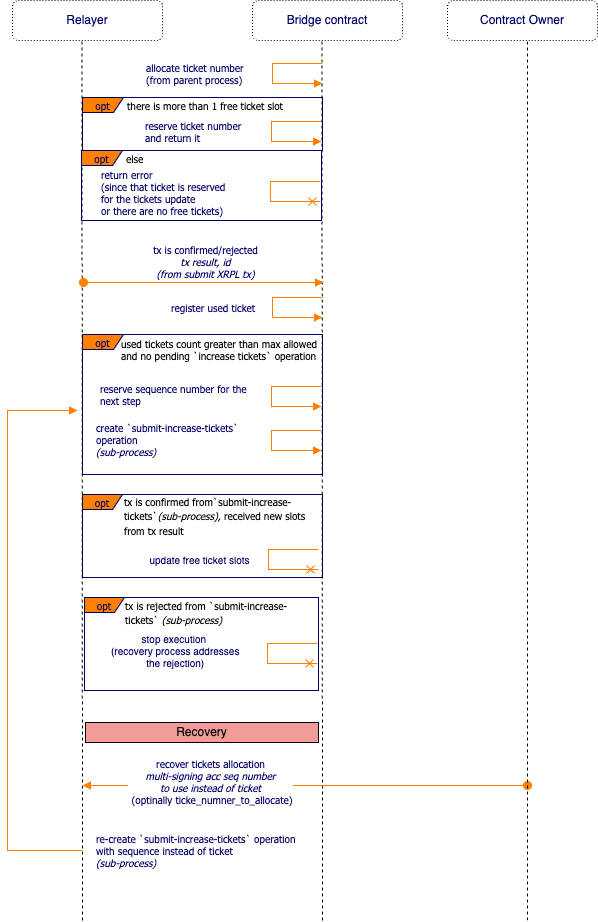
Before: spec/img/allocate-ticket.png, a diagram exported from draw.io (CoreumFoundation/coreumbridge-xrpl). Source tidied: cells renumbered, new cells last; positions are measured from the earlier drawing's top-left corner, leaving out a move shared by most shapes.
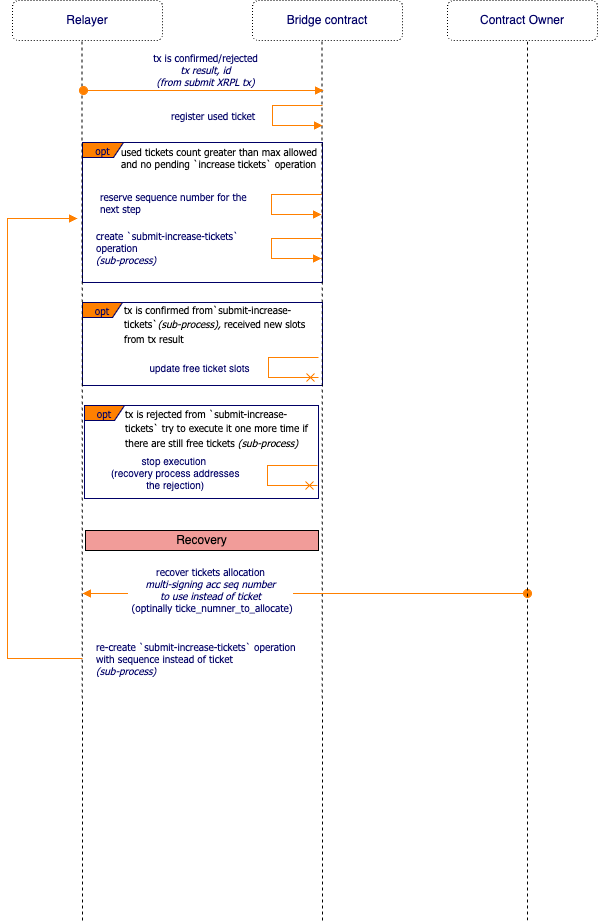
Above is the later version.

The edit, as a diff of the source:
```diff
@@ -2,9 +2,6 @@
   <root>
     <mxCell id="0" />
     <mxCell id="1" parent="0" />
-    <mxCell id="2" value="opt" style="shape=umlFrame;whiteSpace=wrap;html=1;strokeColor=#000066;fillColor=#FF8000;fontFamily=Tahoma;fontSize=10;fontColor=#000066;align=center;width=41;height=15;" parent="1" vertex="1">
-      <mxGeometry x="75" y="97" width="240" height="53" as="geometry" />
-    </mxCell>
     <mxCell id="3" value="opt" style="shape=umlFrame;whiteSpace=wrap;html=1;strokeColor=#000066;fillColor=#FF8000;fontFamily=Tahoma;fontSize=10;fontColor=#000066;align=center;width=40;height=15;" parent="1" vertex="1">
       <mxGeometry x="75" y="494" width="240" height="83" as="geometry" />
     </mxCell>
@@ -18,27 +15,27 @@
       <mxGeometry x="75" y="334" width="240" height="140" as="geometry" />
     </mxCell>
     <mxCell id="7" value="Relayer" style="rounded=1;whiteSpace=wrap;html=1;fillColor=none;dashed=1;fontColor=#000066;dashPattern=1 2;" parent="1" vertex="1">
-      <mxGeometry x="5" width="150" height="40" as="geometry" />
+      <mxGeometry x="5" y="192" width="150" height="40" as="geometry" />
     </mxCell>
     <mxCell id="8" value="Bridge contract" style="rounded=1;whiteSpace=wrap;html=1;fillColor=none;dashed=1;fontColor=#000066;dashPattern=1 2;" parent="1" vertex="1">
-      <mxGeometry x="245" width="150" height="40" as="geometry" />
+      <mxGeometry x="245" y="192" width="150" height="40" as="geometry" />
     </mxCell>
     <mxCell id="9" value="&lt;div style=&quot;text-align: center&quot;&gt;&lt;/div&gt;" style="text;html=1;align=center;verticalAlign=top;spacingTop=-4;fontSize=14;fontFamily=Tahoma;fontColor=#000066;" parent="1" vertex="1">
-      <mxGeometry x="65" y="10" width="20" height="10" as="geometry" />
+      <mxGeometry x="65" y="202" width="20" height="10" as="geometry" />
     </mxCell>
     <mxCell id="10" style="endArrow=none;dashed=1;html=1;rounded=0;" parent="1" edge="1">
       <mxGeometry relative="1" as="geometry">
-        <mxPoint x="75" y="920" as="sourcePoint" />
-        <mxPoint x="74.5" y="40" as="targetPoint" />
+        <mxPoint x="75" y="1112" as="sourcePoint" />
+        <mxPoint x="74.5" y="232" as="targetPoint" />
       </mxGeometry>
     </mxCell>
     <mxCell id="11" value="&lt;div style=&quot;text-align: center&quot;&gt;&lt;/div&gt;" style="text;html=1;align=center;verticalAlign=top;spacingTop=-4;fontSize=14;fontFamily=Tahoma;fontColor=#000066;" parent="1" vertex="1">
-      <mxGeometry x="235" y="10" width="20" height="10" as="geometry" />
+      <mxGeometry x="235" y="202" width="20" height="10" as="geometry" />
     </mxCell>
     <mxCell id="12" style="endArrow=none;dashed=1;html=1;rounded=0;" parent="1" edge="1">
       <mxGeometry relative="1" as="geometry">
-        <mxPoint x="315" y="920" as="sourcePoint" />
-        <mxPoint x="314.5" y="40" as="targetPoint" />
+        <mxPoint x="315" y="1112" as="sourcePoint" />
+        <mxPoint x="314.5" y="232" as="targetPoint" />
       </mxGeometry>
     </mxCell>
     <mxCell id="13" value="register used ticket" style="edgeStyle=orthogonalEdgeStyle;html=1;align=left;spacingLeft=2;endArrow=block;rounded=0;strokeColor=#FF8000;fontFamily=Tahoma;fontSize=10;fontColor=#000066;endFill=1;" parent="1" edge="1">
@@ -53,11 +50,11 @@
     </mxCell>
     <mxCell id="14" value="&lt;span style=&quot;border-color: var(--border-color);&quot;&gt;&lt;div style=&quot;border-color: var(--border-color); font-family: Helvetica; text-align: center;&quot;&gt;stop execution&amp;nbsp;&lt;/div&gt;&lt;div style=&quot;border-color: var(--border-color); font-family: Helvetica; text-align: center;&quot;&gt;(recovery process addresses &lt;br&gt;the rejection)&lt;/div&gt;&lt;/span&gt;" style="edgeStyle=orthogonalEdgeStyle;html=1;align=left;spacingLeft=2;endArrow=cross;rounded=0;strokeColor=#FF8000;fontFamily=Tahoma;fontSize=10;fontColor=#000066;endFill=0;" parent="1" edge="1">
       <mxGeometry x="-0.05" y="-160" relative="1" as="geometry">
-        <mxPoint x="310" y="643" as="sourcePoint" />
-        <mxPoint x="310" y="663" as="targetPoint" />
+        <mxPoint x="310" y="657" as="sourcePoint" />
+        <mxPoint x="310" y="677" as="targetPoint" />
         <Array as="points">
-          <mxPoint x="260" y="643" />
-          <mxPoint x="260" y="663" />
+          <mxPoint x="260" y="657" />
+          <mxPoint x="260" y="677" />
         </Array>
       </mxGeometry>
     </mxCell>
@@ -65,7 +62,7 @@
       <mxGeometry x="112" y="335" width="220" height="30" as="geometry" />
     </mxCell>
     <mxCell id="16" value="create `submit-increase-tickets`&lt;br&gt;operation&lt;br&gt;&lt;i&gt;(sub-process)&lt;/i&gt;" style="edgeStyle=orthogonalEdgeStyle;html=1;align=left;spacingLeft=2;endArrow=block;rounded=0;strokeColor=#FF8000;fontFamily=Tahoma;fontSize=10;fontColor=#000066;endFill=1;" parent="1" edge="1">
-      <mxGeometry x="-0.01" y="-179" relative="1" as="geometry">
+      <mxGeometry x="-0.02" y="-179" relative="1" as="geometry">
         <mxPoint x="314" y="430" as="sourcePoint" />
         <mxPoint x="314" y="450" as="targetPoint" />
         <Array as="points">
@@ -74,16 +71,6 @@
         </Array>
       </mxGeometry>
     </mxCell>
-    <mxCell id="17" value="reserve ticket&amp;nbsp;number &lt;br&gt;and return it" style="edgeStyle=orthogonalEdgeStyle;html=1;align=left;spacingLeft=2;endArrow=block;rounded=0;strokeColor=#FF8000;fontFamily=Tahoma;fontSize=10;fontColor=#000066;endFill=1;" parent="1" edge="1">
-      <mxGeometry y="-130" relative="1" as="geometry">
-        <mxPoint x="314" y="121" as="sourcePoint" />
-        <mxPoint x="314" y="141" as="targetPoint" />
-        <Array as="points">
-          <mxPoint x="264" y="121" />
-          <mxPoint x="264" y="141" />
-        </Array>
-      </mxGeometry>
-    </mxCell>
     <mxCell id="18" value="&lt;div style=&quot;border-color: var(--border-color); font-family: Helvetica; text-align: center;&quot;&gt;&lt;/div&gt;" style="edgeStyle=orthogonalEdgeStyle;html=1;align=left;spacingLeft=2;endArrow=cross;rounded=0;strokeColor=#FF8000;fontFamily=Tahoma;fontSize=10;fontColor=#000066;endFill=0;" parent="1" edge="1">
       <mxGeometry x="-0.17" y="-130" relative="1" as="geometry">
         <mxPoint x="311" y="549" as="sourcePoint" />
@@ -99,17 +86,7 @@
         <mxPoint x="-66" y="2" as="offset" />
       </mxGeometry>
     </mxCell>
-    <mxCell id="20" value="allocate ticket number&lt;br&gt;(from parent process)" style="edgeStyle=orthogonalEdgeStyle;html=1;align=left;spacingLeft=2;endArrow=block;rounded=0;strokeColor=#FF8000;fontFamily=Tahoma;fontSize=10;fontColor=#000066;endFill=1;" parent="1" edge="1">
-      <mxGeometry y="-130" relative="1" as="geometry">
-        <mxPoint x="315" y="63" as="sourcePoint" />
-        <mxPoint x="315" y="83" as="targetPoint" />
-        <Array as="points">
-          <mxPoint x="265" y="63" />
-          <mxPoint x="265" y="83" />
-        </Array>
-      </mxGeometry>
-    </mxCell>
-    <mxCell id="21" value="&lt;span style=&quot;font-family: Tahoma; font-size: 10px; font-style: normal; font-variant-ligatures: normal; font-variant-caps: normal; font-weight: 400; letter-spacing: normal; orphans: 2; text-align: left; text-indent: 0px; text-transform: none; widows: 2; word-spacing: 0px; -webkit-text-stroke-width: 0px; background-color: rgb(255, 255, 255); text-decoration-thickness: initial; text-decoration-style: initial; text-decoration-color: initial; float: none; display: inline !important;&quot;&gt;tx is rejected from&amp;nbsp;&lt;/span&gt;&lt;span style=&quot;font-family: Tahoma; font-size: 10px; font-style: normal; font-variant-ligatures: normal; font-variant-caps: normal; font-weight: 400; letter-spacing: normal; orphans: 2; text-align: left; text-indent: 0px; text-transform: none; widows: 2; word-spacing: 0px; -webkit-text-stroke-width: 0px; background-color: rgb(255, 255, 255); text-decoration-thickness: initial; text-decoration-style: initial; text-decoration-color: initial; float: none; display: inline !important;&quot;&gt;`submit-increase-tickets`&amp;nbsp;&lt;/span&gt;&lt;span style=&quot;border-color: var(--border-color); font-family: Tahoma; font-size: 10px; font-style: normal; font-variant-ligatures: normal; font-variant-caps: normal; font-weight: 400; letter-spacing: normal; orphans: 2; text-align: left; text-indent: 0px; text-transform: none; widows: 2; word-spacing: 0px; -webkit-text-stroke-width: 0px; text-decoration-thickness: initial; text-decoration-style: initial; text-decoration-color: initial;&quot;&gt;&lt;i style=&quot;border-color: var(--border-color);&quot;&gt;(sub-process)&lt;/i&gt;&lt;/span&gt;" style="text;whiteSpace=wrap;html=1;fontColor=#000000;" parent="1" vertex="1">
+    <mxCell id="21" value="&lt;span style=&quot;font-family: Tahoma; font-size: 10px; font-style: normal; font-variant-ligatures: normal; font-variant-caps: normal; font-weight: 400; letter-spacing: normal; orphans: 2; text-align: left; text-indent: 0px; text-transform: none; widows: 2; word-spacing: 0px; -webkit-text-stroke-width: 0px; background-color: rgb(255, 255, 255); text-decoration-thickness: initial; text-decoration-style: initial; text-decoration-color: initial; float: none; display: inline !important;&quot;&gt;tx is rejected from&amp;nbsp;&lt;/span&gt;&lt;span style=&quot;font-family: Tahoma; font-size: 10px; font-style: normal; font-variant-ligatures: normal; font-variant-caps: normal; font-weight: 400; letter-spacing: normal; orphans: 2; text-align: left; text-indent: 0px; text-transform: none; widows: 2; word-spacing: 0px; -webkit-text-stroke-width: 0px; background-color: rgb(255, 255, 255); text-decoration-thickness: initial; text-decoration-style: initial; text-decoration-color: initial; float: none; display: inline !important;&quot;&gt;`submit-increase-tickets` try to execute it one more time if there are still free tickets&amp;nbsp;&lt;/span&gt;&lt;span style=&quot;border-color: var(--border-color); font-family: Tahoma; font-size: 10px; font-style: normal; font-variant-ligatures: normal; font-variant-caps: normal; font-weight: 400; letter-spacing: normal; orphans: 2; text-align: left; text-indent: 0px; text-transform: none; widows: 2; word-spacing: 0px; -webkit-text-stroke-width: 0px; text-decoration-thickness: initial; text-decoration-style: initial; text-decoration-color: initial;&quot;&gt;&lt;i style=&quot;border-color: var(--border-color);&quot;&gt;(sub-process)&lt;/i&gt;&lt;/span&gt;" style="text;whiteSpace=wrap;html=1;fontColor=#000000;" parent="1" vertex="1">
       <mxGeometry x="116" y="592" width="194" height="38" as="geometry" />
     </mxCell>
     <mxCell id="22" value="Recovery" style="rounded=0;whiteSpace=wrap;html=1;fillColor=#F19C99;" parent="1" vertex="1">
@@ -133,25 +110,6 @@
         <mxPoint x="10" y="10" as="offset" />
       </mxGeometry>
     </mxCell>
-    <mxCell id="25" value="there is more than 1 free ticket slot" style="text;html=1;align=left;verticalAlign=top;spacingTop=-4;fontSize=10;fontFamily=Tahoma;fontColor=#000000;" parent="1" vertex="1">
-      <mxGeometry x="118" y="97" width="180" height="20" as="geometry" />
-    </mxCell>
-    <mxCell id="26" value="opt" style="shape=umlFrame;whiteSpace=wrap;html=1;strokeColor=#000066;fillColor=#FF8000;fontFamily=Tahoma;fontSize=10;fontColor=#000066;align=center;width=41;height=15;" parent="1" vertex="1">
-      <mxGeometry x="74" y="150" width="240" height="70" as="geometry" />
-    </mxCell>
-    <mxCell id="27" value="return error &lt;br&gt;(since that ticket is reserved &lt;br&gt;for the tickets update &lt;br&gt;or there are no free tickets)" style="edgeStyle=orthogonalEdgeStyle;html=1;align=left;spacingLeft=2;endArrow=cross;rounded=0;strokeColor=#FF8000;fontFamily=Tahoma;fontSize=10;fontColor=#000066;endFill=0;" parent="1" edge="1">
-      <mxGeometry x="0.02" y="-173" relative="1" as="geometry">
-        <mxPoint x="313" y="181" as="sourcePoint" />
-        <mxPoint x="313" y="201" as="targetPoint" />
-        <Array as="points">
-          <mxPoint x="263" y="181" />
-          <mxPoint x="263" y="201" />
-        </Array>
-      </mxGeometry>
-    </mxCell>
-    <mxCell id="28" value="else" style="text;html=1;align=left;verticalAlign=top;spacingTop=-4;fontSize=10;fontFamily=Tahoma;fontColor=#000000;" parent="1" vertex="1">
-      <mxGeometry x="117" y="150" width="40" height="20" as="geometry" />
-    </mxCell>
     <mxCell id="29" value="tx is confirmed/rejected&lt;br&gt;&lt;i&gt;tx result, id&lt;br&gt;(from submit XRPL tx)&lt;br&gt;&lt;/i&gt;" style="html=1;verticalAlign=bottom;startArrow=oval;startFill=1;endArrow=block;startSize=8;strokeColor=#FF8000;fontFamily=Tahoma;fontSize=10;fontColor=#000066;" parent="1" edge="1">
       <mxGeometry x="0.02" relative="1" as="geometry">
         <mxPoint x="76" y="282" as="sourcePoint" />
@@ -170,12 +128,12 @@
     </mxCell>
     <mxCell id="31" style="endArrow=none;dashed=1;html=1;rounded=0;" parent="1" edge="1">
       <mxGeometry relative="1" as="geometry">
-        <mxPoint x="520" y="920" as="sourcePoint" />
-        <mxPoint x="520" y="40" as="targetPoint" />
+        <mxPoint x="520" y="1112" as="sourcePoint" />
+        <mxPoint x="520" y="232" as="targetPoint" />
       </mxGeometry>
     </mxCell>
     <mxCell id="32" value="Contract Owner" style="rounded=1;whiteSpace=wrap;html=1;fillColor=none;dashed=1;fontColor=#000066;dashPattern=1 2;" parent="1" vertex="1">
-      <mxGeometry x="440" width="150" height="40" as="geometry" />
+      <mxGeometry x="440" y="192" width="150" height="40" as="geometry" />
     </mxCell>
   </root>
 </mxGraphModel>
```
